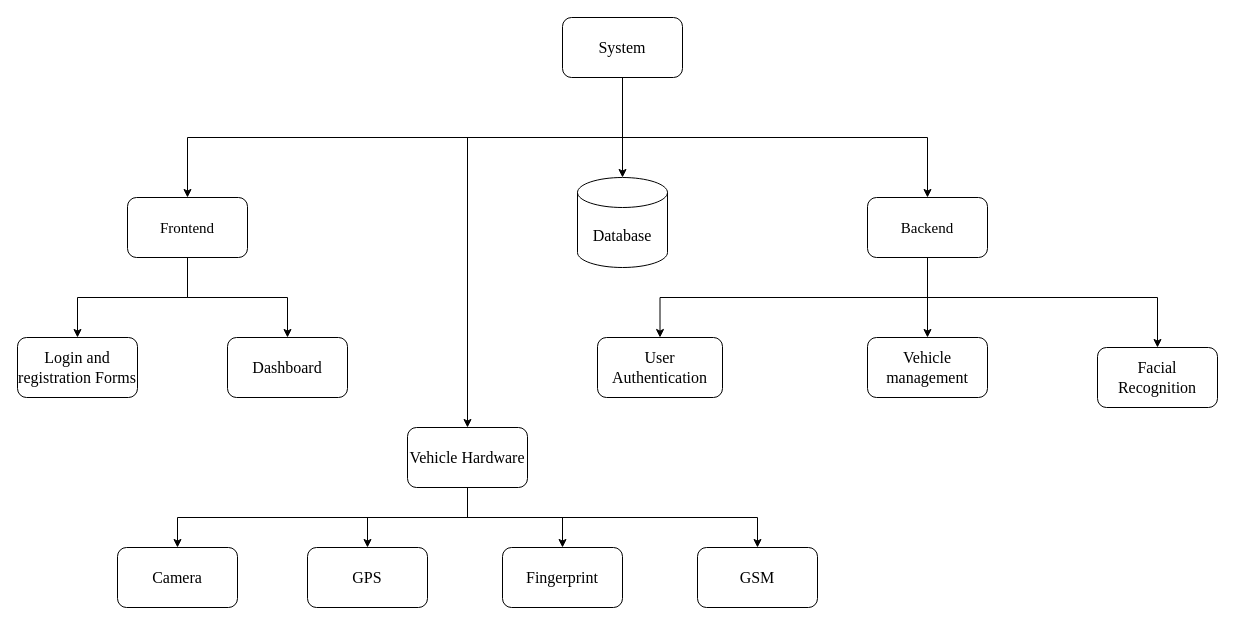
Before: documentation/diagrams/Block diagram.drawio in ngqaza-g/mabuza, a draw.io diagram. Source tidied: cells renumbered, new cells numbered last; positions are measured from the earlier drawing's top-left corner, leaving out a move shared by most shapes. Both pictures are drawn from the tidied source at 100%, with x=0, y=0 at pixel (17, 17).
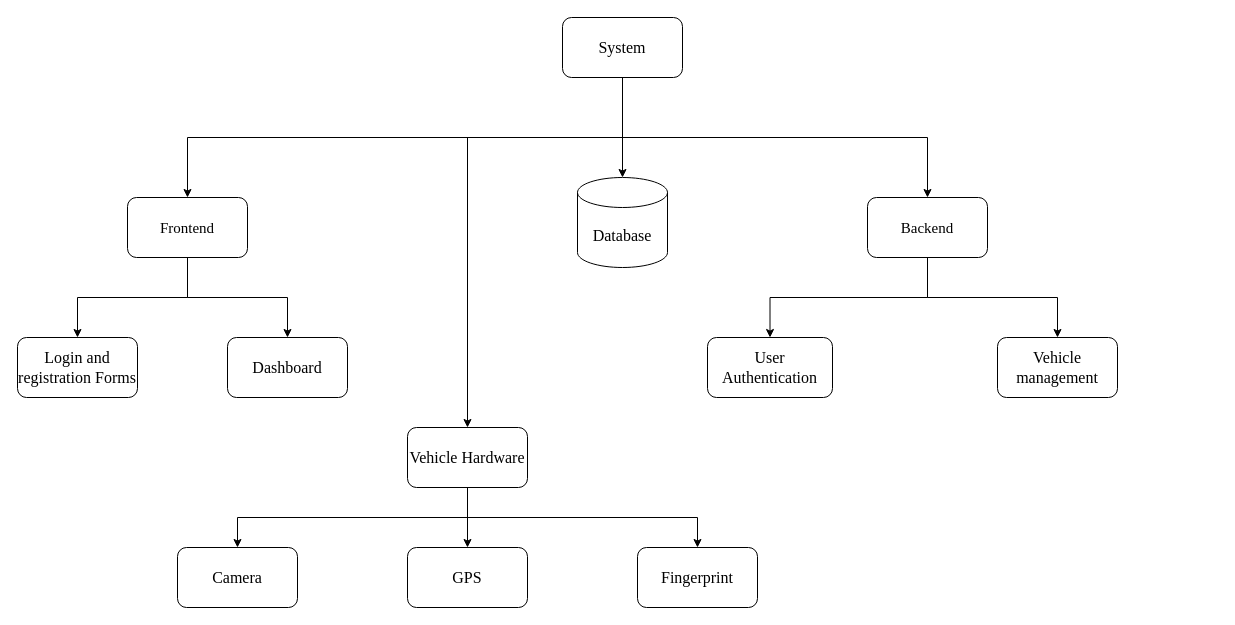
After the change.

The change refers to these unchanged cells:
```xml
<mxCell id="10" value="&lt;font face=&quot;Times New Roman&quot; style=&quot;font-size: 15px&quot;&gt;Backend&lt;/font&gt;" style="rounded=1;whiteSpace=wrap;html=1;" parent="1" vertex="1">
  <mxGeometry x="850" y="180" width="120" height="60" as="geometry" />
</mxCell>
<mxCell id="24" value="Vehicle Hardware" style="rounded=1;whiteSpace=wrap;html=1;fontFamily=Times New Roman;fontSize=16;" parent="1" vertex="1">
  <mxGeometry x="390" y="410" width="120" height="60" as="geometry" />
</mxCell>
```

Change to the diagram source:
```diff
@@
-    <mxCell id="9" style="edgeStyle=orthogonalEdgeStyle;rounded=0;jettySize=auto;html=1;exitX=0.5;exitY=1;exitDx=0;exitDy=0;entryX=0.5;entryY=0;entryDx=0;entryDy=0;fontFamily=Times New Roman;fontSize=16;" parent="1" edge="1" source="10" target="19">
-      <mxGeometry relative="1" as="geometry">
-        <Array as="points">
-          <mxPoint x="910" y="280" />
-          <mxPoint x="1140" y="280" />
-        </Array>
-      </mxGeometry>
-    </mxCell>
@@
     <mxCell id="17" value="User Authentication" style="rounded=1;whiteSpace=wrap;html=1;fontFamily=Times New Roman;fontSize=16;" parent="1" vertex="1">
-      <mxGeometry x="580" y="320" width="125" height="60" as="geometry" />
+      <mxGeometry x="690" y="320" width="125" height="60" as="geometry" />
     </mxCell>
     <mxCell id="18" value="Vehicle management" style="rounded=1;whiteSpace=wrap;html=1;fontFamily=Times New Roman;fontSize=16;" parent="1" vertex="1">
-      <mxGeometry x="850" y="320" width="120" height="60" as="geometry" />
+      <mxGeometry x="980" y="320" width="120" height="60" as="geometry" />
     </mxCell>
-    <mxCell id="19" value="Facial Recognition" style="rounded=1;whiteSpace=wrap;html=1;fontFamily=Times New Roman;fontSize=16;" parent="1" vertex="1">
-      <mxGeometry x="1080" y="330" width="120" height="60" as="geometry" />
-    </mxCell>
@@
-    <mxCell id="23" style="edgeStyle=orthogonalEdgeStyle;rounded=0;jettySize=auto;html=1;exitX=0.5;exitY=1;exitDx=0;exitDy=0;fontFamily=Times New Roman;fontSize=16;" parent="1" edge="1" source="24" target="28">
-      <mxGeometry relative="1" as="geometry" />
-    </mxCell>
@@
     <mxCell id="25" value="Camera" style="rounded=1;whiteSpace=wrap;html=1;fontFamily=Times New Roman;fontSize=16;" parent="1" vertex="1">
-      <mxGeometry x="100" y="530" width="120" height="60" as="geometry" />
+      <mxGeometry x="160" y="530" width="120" height="60" as="geometry" />
     </mxCell>
     <mxCell id="26" value="GPS" style="rounded=1;whiteSpace=wrap;html=1;fontFamily=Times New Roman;fontSize=16;" parent="1" vertex="1">
-      <mxGeometry x="290" y="530" width="120" height="60" as="geometry" />
+      <mxGeometry x="390" y="530" width="120" height="60" as="geometry" />
     </mxCell>
     <mxCell id="27" value="Fingerprint" style="rounded=1;whiteSpace=wrap;html=1;fontFamily=Times New Roman;fontSize=16;" parent="1" vertex="1">
-      <mxGeometry x="485" y="530" width="120" height="60" as="geometry" />
+      <mxGeometry x="620" y="530" width="120" height="60" as="geometry" />
     </mxCell>
-    <mxCell id="28" value="GSM" style="rounded=1;whiteSpace=wrap;html=1;fontFamily=Times New Roman;fontSize=16;" parent="1" vertex="1">
-      <mxGeometry x="680" y="530" width="120" height="60" as="geometry" />
-    </mxCell>
```
